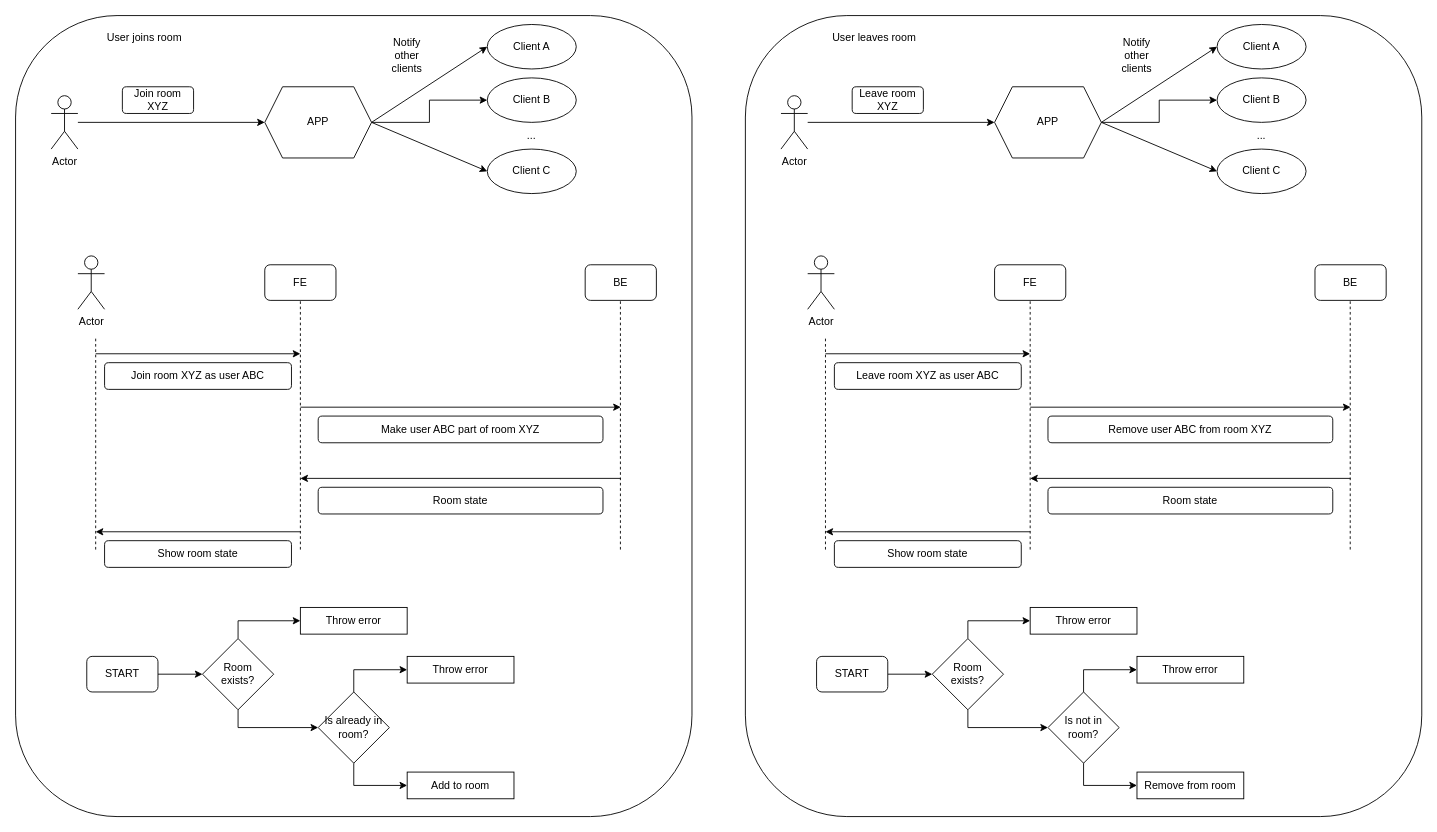
Before: docs/events.drawio in AndreiLacatos/planning-poker, a draw.io diagram. Source tidied: cells renumbered, new cells numbered last; positions are measured from the earlier drawing's top-left corner, leaving out a move shared by most shapes. Both pictures are drawn from the tidied source at 89%, with x=0, y=0 at pixel (15, 15).
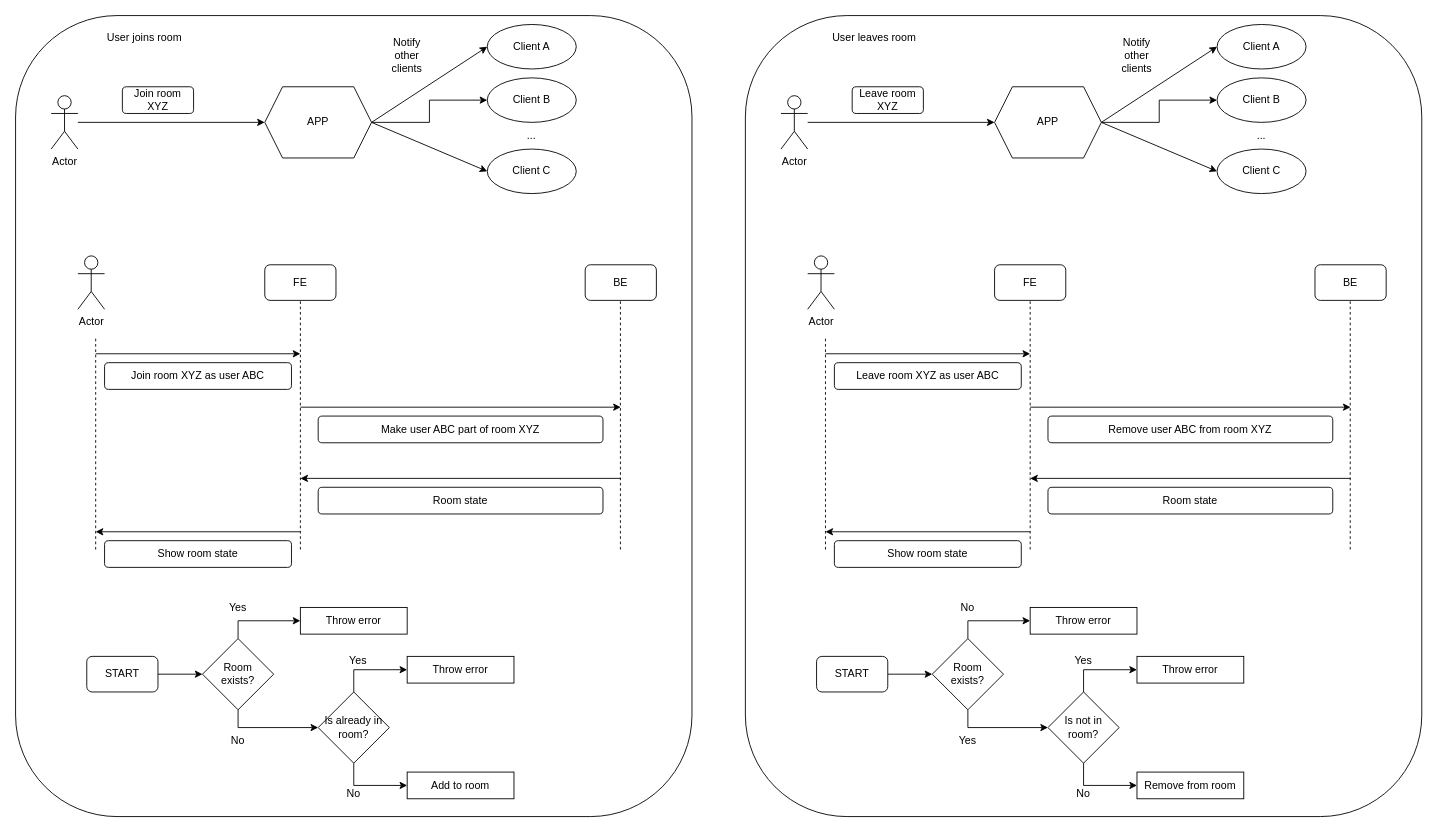
After the change.

Change to the diagram source:
```diff
@@
+    <mxCell id="80" value="Yes" style="text;html=1;align=center;verticalAlign=middle;whiteSpace=wrap;rounded=0;" parent="1" vertex="1">
+      <mxGeometry x="220" y="650" width="60" height="30" as="geometry" />
+    </mxCell>
+    <mxCell id="81" value="Yes" style="text;html=1;align=center;verticalAlign=middle;whiteSpace=wrap;rounded=0;" parent="1" vertex="1">
+      <mxGeometry x="355" y="710" width="60" height="30" as="geometry" />
+    </mxCell>
+    <mxCell id="82" value="Yes" style="text;html=1;align=center;verticalAlign=middle;whiteSpace=wrap;rounded=0;" parent="1" vertex="1">
+      <mxGeometry x="1040" y="800" width="60" height="30" as="geometry" />
+    </mxCell>
+    <mxCell id="83" value="Yes" style="text;html=1;align=center;verticalAlign=middle;whiteSpace=wrap;rounded=0;" parent="1" vertex="1">
+      <mxGeometry x="1170" y="710" width="60" height="30" as="geometry" />
+    </mxCell>
+    <mxCell id="84" value="No" style="text;html=1;align=center;verticalAlign=middle;whiteSpace=wrap;rounded=0;" parent="1" vertex="1">
+      <mxGeometry x="220" y="800" width="60" height="30" as="geometry" />
+    </mxCell>
+    <mxCell id="85" value="No" style="text;html=1;align=center;verticalAlign=middle;whiteSpace=wrap;rounded=0;" parent="1" vertex="1">
+      <mxGeometry x="350" y="860" width="60" height="30" as="geometry" />
+    </mxCell>
+    <mxCell id="86" value="No" style="text;html=1;align=center;verticalAlign=middle;whiteSpace=wrap;rounded=0;" parent="1" vertex="1">
+      <mxGeometry x="1040" y="650" width="60" height="30" as="geometry" />
+    </mxCell>
+    <mxCell id="87" value="No" style="text;html=1;align=center;verticalAlign=middle;whiteSpace=wrap;rounded=0;" parent="1" vertex="1">
+      <mxGeometry x="1170" y="860" width="60" height="30" as="geometry" />
+    </mxCell>
```
